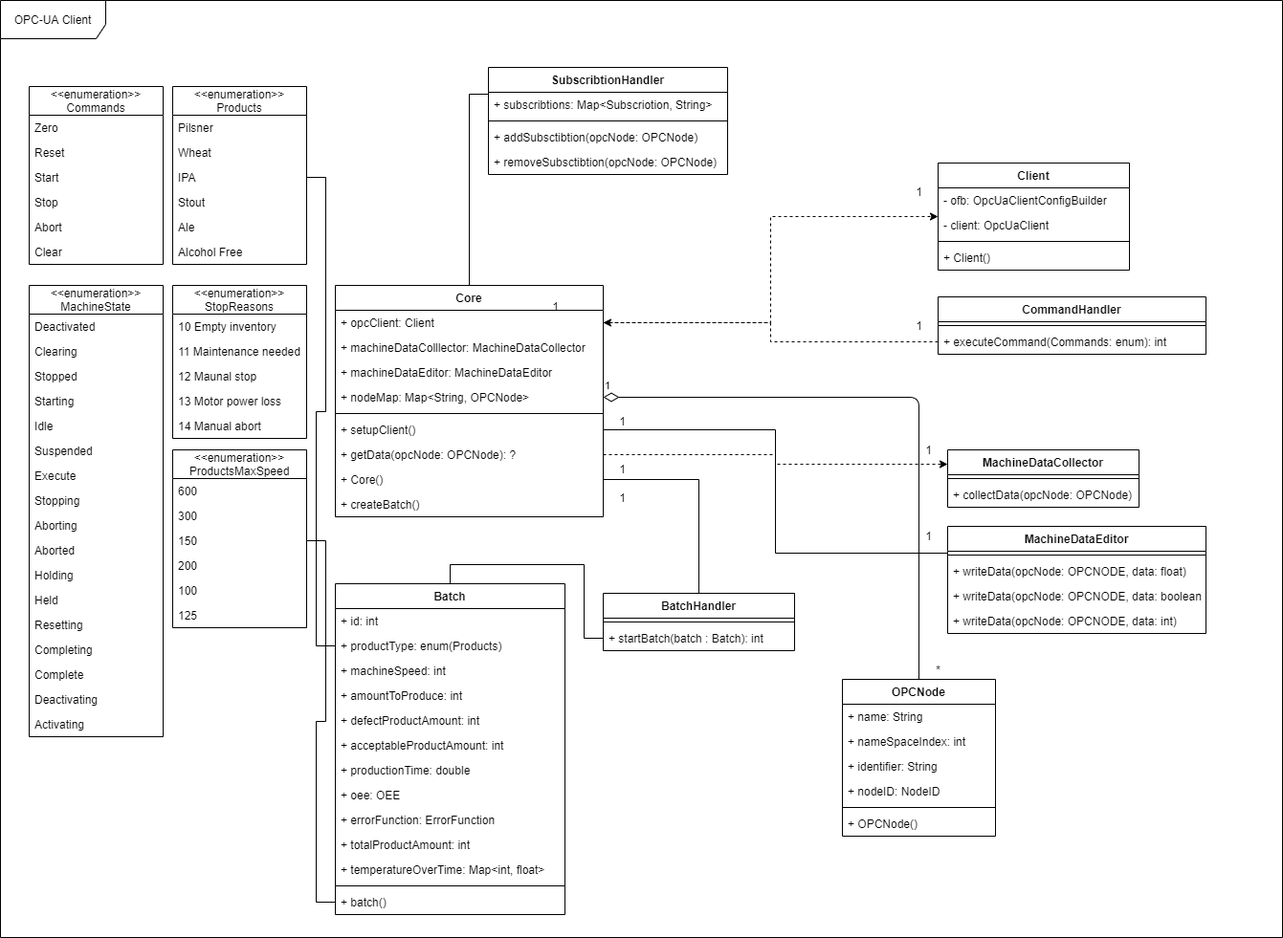
Before: project_report/images/diagrams/updated_UML_Class_Diagram.drawio.png, a diagram exported from draw.io (bierproductie/management). Source tidied: cells renumbered, new cells last; positions are measured from the earlier drawing's top-left corner, leaving out a move shared by most shapes.
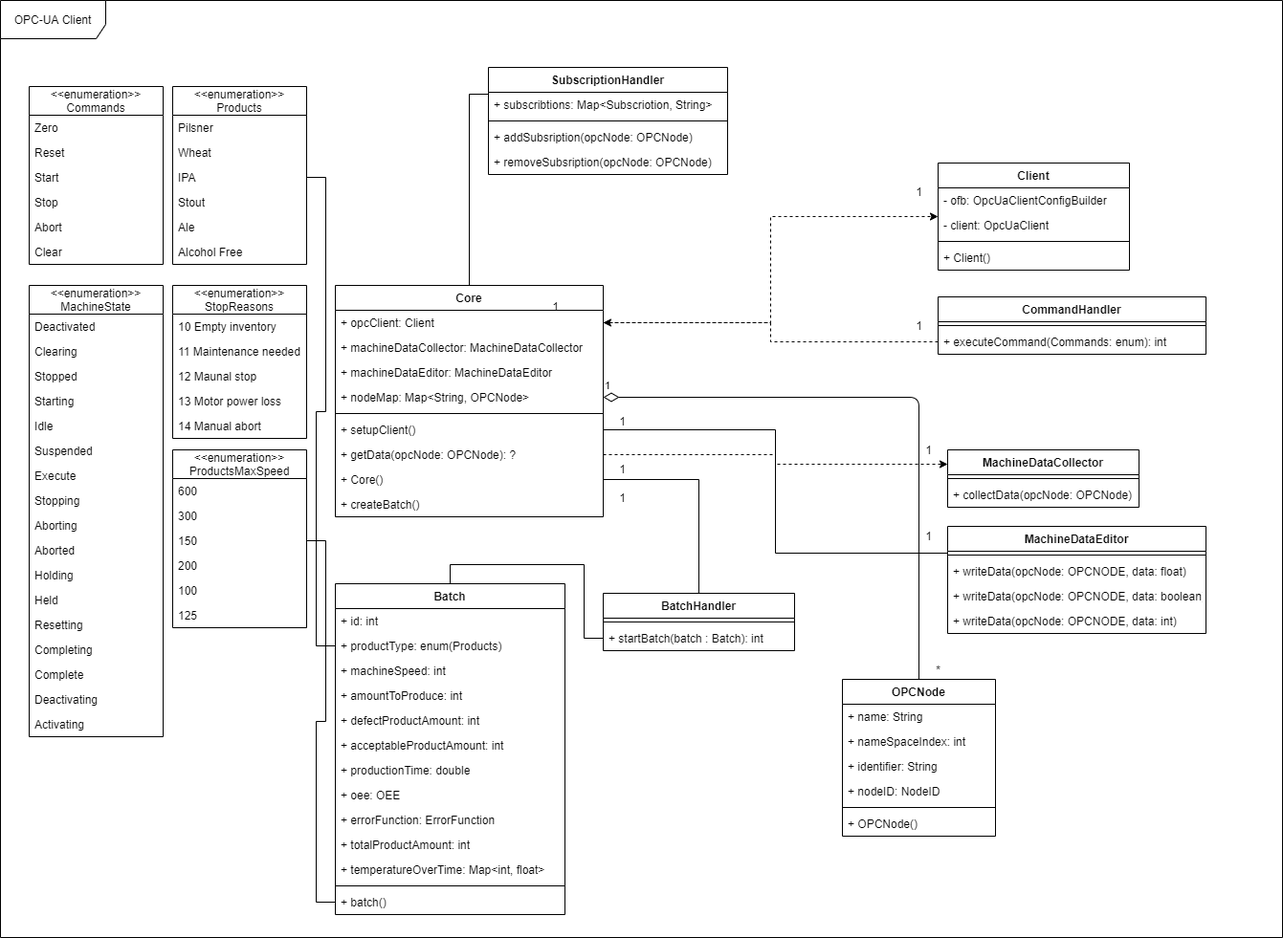
The same diagram one commit later.

The edit, as a diff of the source:
```diff
@@ -149,7 +149,7 @@
     <mxCell id="50" value="+ opcClient: Client" style="text;strokeColor=none;fillColor=none;align=left;verticalAlign=top;spacingLeft=4;spacingRight=4;overflow=hidden;points=[[0,0.5],[1,0.5]];portConstraint=eastwest;" parent="49" vertex="1">
       <mxGeometry y="26" width="280" height="26" as="geometry" />
     </mxCell>
-    <mxCell id="51" value="+ machineDataColllector: MachineDataCollector" style="text;strokeColor=none;fillColor=none;align=left;verticalAlign=top;spacingLeft=4;spacingRight=4;overflow=hidden;" parent="49" vertex="1">
+    <mxCell id="51" value="+ machineDataCollector: MachineDataCollector" style="text;strokeColor=none;fillColor=none;align=left;verticalAlign=top;spacingLeft=4;spacingRight=4;overflow=hidden;" parent="49" vertex="1">
       <mxGeometry y="52" width="280" height="26" as="geometry" />
     </mxCell>
     <mxCell id="52" value="+ machineDataEditor: MachineDataEditor" style="text;strokeColor=none;fillColor=none;align=left;verticalAlign=top;spacingLeft=4;spacingRight=4;overflow=hidden;" parent="49" vertex="1">
@@ -347,7 +347,7 @@
     <mxCell id="116" style="edgeStyle=orthogonalEdgeStyle;rounded=0;jettySize=auto;html=1;exitX=1;exitY=0.5;exitDx=0;exitDy=0;entryX=0;entryY=0.5;entryDx=0;entryDy=0;endArrow=none;endFill=0;" parent="1" edge="1" source="13" target="85">
       <mxGeometry relative="1" as="geometry" />
     </mxCell>
-    <mxCell id="117" value="SubscribtionHandler" style="swimlane;fontStyle=1;align=center;verticalAlign=top;horizontal=1;startSize=26;" parent="1" vertex="1">
+    <mxCell id="117" value="SubscriptionHandler" style="swimlane;fontStyle=1;align=center;verticalAlign=top;horizontal=1;startSize=26;" parent="1" vertex="1">
       <mxGeometry x="510" y="70" width="250" height="112" as="geometry" />
     </mxCell>
     <mxCell id="118" value="+ subscribtions: Map&lt;Subscriotion, String&gt;" style="text;strokeColor=none;fillColor=none;align=left;verticalAlign=top;spacingLeft=4;spacingRight=4;overflow=hidden;" parent="117" vertex="1">
@@ -356,10 +356,10 @@
     <mxCell id="119" style="line;strokeWidth=1;fillColor=none;align=left;verticalAlign=middle;spacingTop=-1;spacingLeft=3;spacingRight=3;labelPosition=right;" parent="117" vertex="1">
       <mxGeometry y="52" width="250" height="8" as="geometry" />
     </mxCell>
-    <mxCell id="120" value="+ addSubsctibtion(opcNode: OPCNode)" style="text;strokeColor=none;fillColor=none;align=left;verticalAlign=top;spacingLeft=4;spacingRight=4;overflow=hidden;" parent="117" vertex="1">
+    <mxCell id="120" value="+ addSubsription(opcNode: OPCNode)" style="text;strokeColor=none;fillColor=none;align=left;verticalAlign=top;spacingLeft=4;spacingRight=4;overflow=hidden;" parent="117" vertex="1">
       <mxGeometry y="60" width="250" height="26" as="geometry" />
     </mxCell>
-    <mxCell id="121" value="+ removeSubsctibtion(opcNode: OPCNode)" style="text;strokeColor=none;fillColor=none;align=left;verticalAlign=top;spacingLeft=4;spacingRight=4;overflow=hidden;" parent="117" vertex="1">
+    <mxCell id="121" value="+ removeSubsription(opcNode: OPCNode)" style="text;strokeColor=none;fillColor=none;align=left;verticalAlign=top;spacingLeft=4;spacingRight=4;overflow=hidden;" parent="117" vertex="1">
       <mxGeometry y="86" width="250" height="26" as="geometry" />
     </mxCell>
   </root>
```
